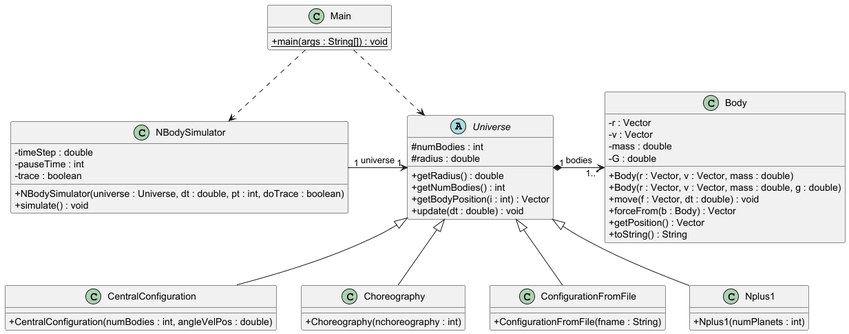
Before: nbody1/src/solution/modelSolution.png, a diagram exported from PlantUML (DRodriguezArenas/DS).
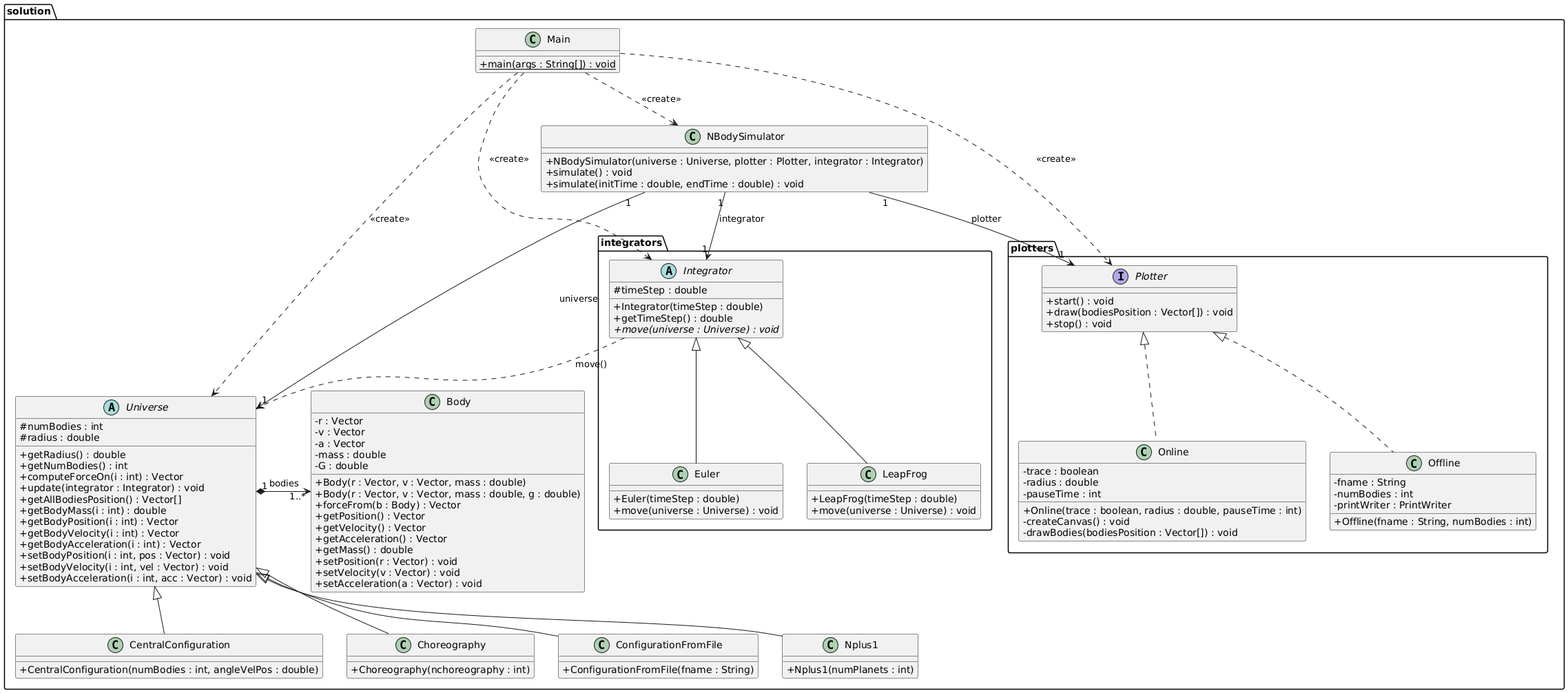
Later version of the same file.

Commit message:
Part 2: selectable integrators and plotters, updated UML and answers

Diff of the diagram source:
```diff
@@ -2,13 +2,33 @@
 
 skinparam classAttributeIconSize 0
 
+package solution {
+
+class Main {
+{static} + main(args : String[]) : void
+}
+
+class NBodySimulator {
++ NBodySimulator(universe : Universe, plotter : Plotter, integrator : Integrator)
++ simulate() : void
++ simulate(initTime : double, endTime : double) : void
+}
+
 abstract class Universe {
-#numBodies : int
-#radius : double
+# numBodies : int
+# radius : double
 + getRadius() : double
 + getNumBodies() : int
++ computeForceOn(i : int) : Vector
++ update(integrator : Integrator) : void
++ getAllBodiesPosition() : Vector[]
++ getBodyMass(i : int) : double
 + getBodyPosition(i : int) : Vector
-+ update(dt : double) : void
++ getBodyVelocity(i : int) : Vector
++ getBodyAcceleration(i : int) : Vector
++ setBodyPosition(i : int, pos : Vector) : void
++ setBodyVelocity(i : int, vel : Vector) : void
++ setBodyAcceleration(i : int, acc : Vector) : void
 }
 
 class CentralConfiguration {
@@ -30,36 +50,86 @@
 class Body {
 - r : Vector
 - v : Vector
+- a : Vector
 - mass : double
 - G : double
 + Body(r : Vector, v : Vector, mass : double)
 + Body(r : Vector, v : Vector, mass : double, g : double)
-+ move(f : Vector, dt : double) : void
 + forceFrom(b : Body) : Vector
 + getPosition() : Vector
-+ toString() : String
++ getVelocity() : Vector
++ getAcceleration() : Vector
++ getMass() : double
++ setPosition(r : Vector) : void
++ setVelocity(v : Vector) : void
++ setAcceleration(a : Vector) : void
+}
 }
 
-class NBodySimulator {
-- timeStep : double
-- pauseTime : int
-- trace : boolean
-+ NBodySimulator(universe : Universe, dt : double, pt : int, doTrace : boolean)
-+ simulate() : void
+package solution.integrators {
+
+abstract class Integrator {
+# timeStep : double
++ Integrator(timeStep : double)
++ getTimeStep() : double
++ {abstract} move(universe : Universe) : void
 }
 
-class Main {
-{static} + main(args : String[]) : void
+class Euler {
++ Euler(timeStep : double)
++ move(universe : Universe) : void
+}
+
+class LeapFrog {
++ LeapFrog(timeStep : double)
++ move(universe : Universe) : void
+}
+}
+
+package solution.plotters {
+
+interface Plotter {
++ start() : void
++ draw(bodiesPosition : Vector[]) : void
++ stop() : void
+}
+
+class Online {
+- trace : boolean
+- radius : double
+- pauseTime : int
++ Online(trace : boolean, radius : double, pauseTime : int)
+- createCanvas() : void
+- drawBodies(bodiesPosition : Vector[]) : void
+}
+
+class Offline {
+- fname : String
+- numBodies : int
+- printWriter : PrintWriter
++ Offline(fname : String, numBodies : int)
+}
 }
 
 Universe <|-- CentralConfiguration
 Universe <|-- Choreography
 Universe <|-- ConfigurationFromFile
 Universe <|-- Nplus1
+Universe "1" *-> "1..*" Body : bodies
 
-Universe "1" *-> "1..*" Body : bodies
-NBodySimulator "1" -> "1" Universe : universe
-Main ..> Universe
-Main ..> NBodySimulator
+Integrator <|-- Euler
+Integrator <|-- LeapFrog
+Plotter <|.. Online
+Plotter <|.. Offline
+
+NBodySimulator "1" --> "1" Universe : universe
+NBodySimulator "1" --> "1" Integrator : integrator
+NBodySimulator "1" --> "1" Plotter : plotter
+Integrator ..> Universe : move()
+
+Main ..> Universe : <<create>>
+Main ..> Integrator : <<create>>
+Main ..> Plotter : <<create>>
+Main ..> NBodySimulator : <<create>>
 
 @enduml
```
